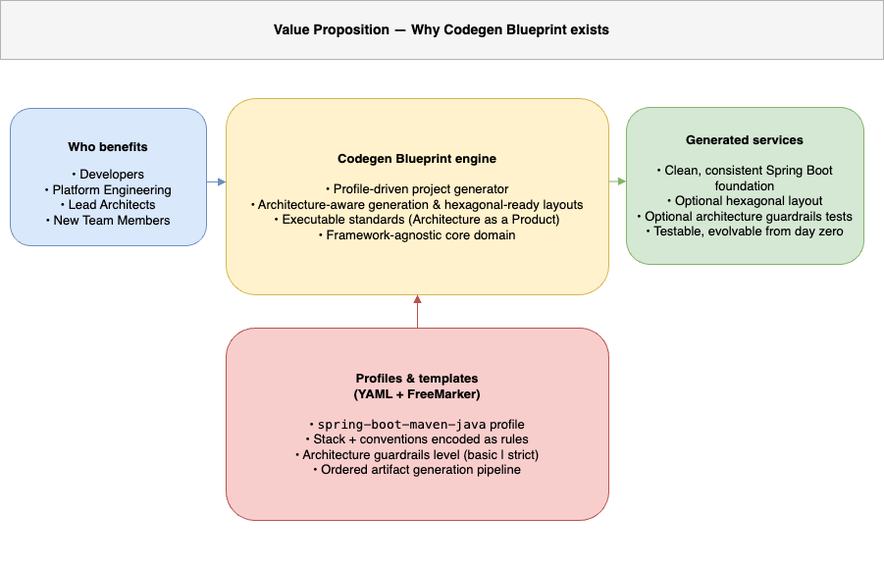
Before: docs/images/architecture/value-proposition.png, a diagram exported from draw.io (blueprint-platform/codegen-blueprint). Source tidied: cells renumbered, new cells last; positions are measured from the earlier drawing's top-left corner, leaving out a move shared by most shapes.
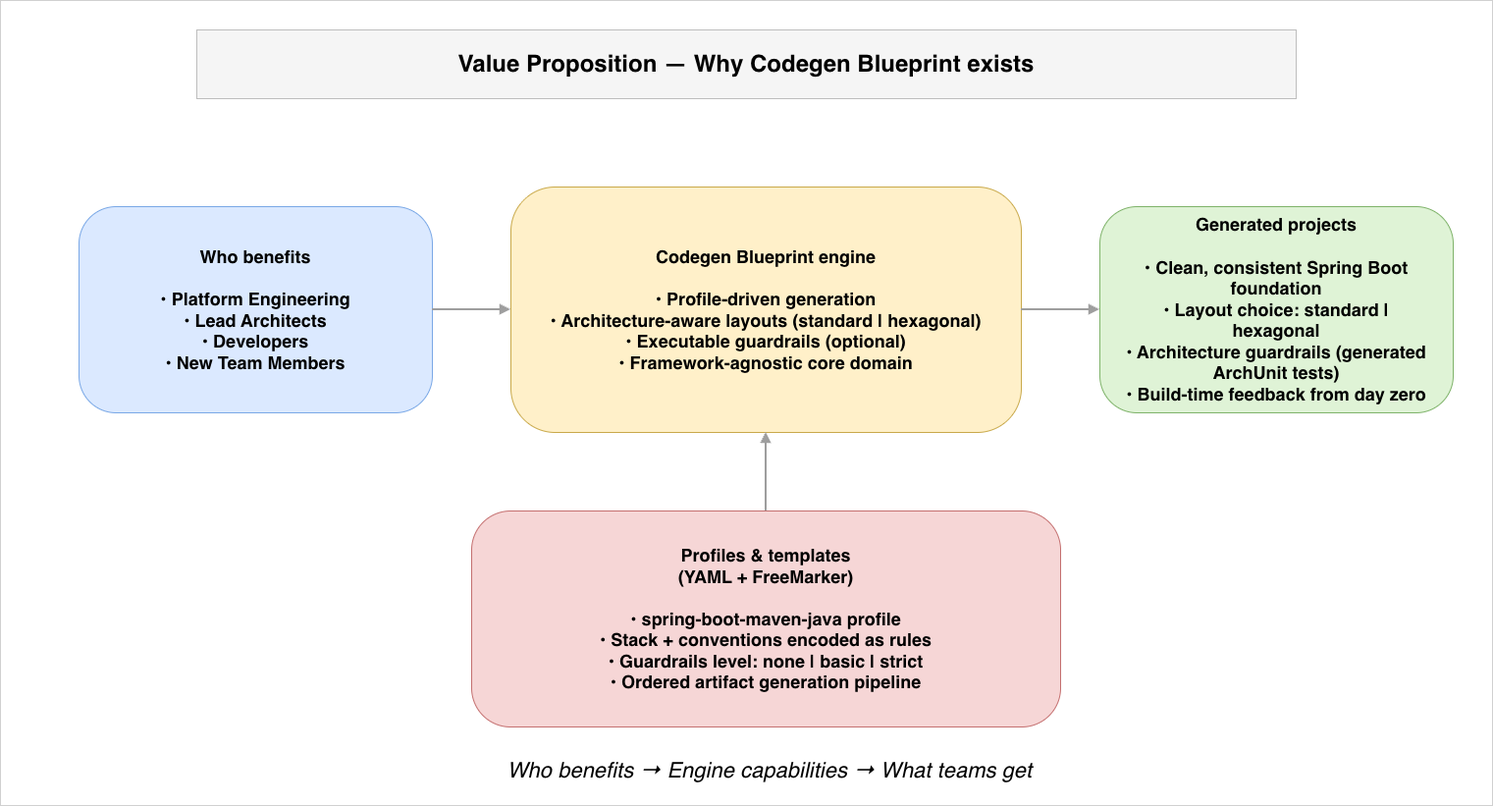
The same diagram one commit later.

Commit message:
docs(architecture): update drawio diagrams and regenerate images

What changed in the source:
```diff
@@ -2,38 +2,35 @@
   <root>
     <mxCell id="0" />
     <mxCell id="1" parent="0" />
-    <mxCell id="2" value="&lt;p class=&quot;p1&quot;&gt;&lt;b&gt;Who benefits&lt;/b&gt;&lt;/p&gt;• Developers&lt;br&gt;• Platform Engineering&lt;br&gt;• Lead Architects&lt;br&gt;• New Team Members" style="rounded=1;whiteSpace=wrap;html=1;fillColor=#dae8fc;strokeColor=#6c8ebf;fontSize=13;" parent="1" vertex="1">
-      <mxGeometry x="10" y="110" width="200" height="140" as="geometry" />
-    </mxCell>
-    <mxCell id="3" value="&lt;b&gt;Codegen Blueprint engine&lt;/b&gt;&lt;br&gt;&lt;br&gt;• &lt;span style=&quot;background-color: transparent;&quot;&gt;Profile-driven project generator&lt;/span&gt;&lt;div&gt;• Architecture-aware generation&amp;nbsp;&lt;span style=&quot;background-color: transparent; color: light-dark(rgb(0, 0, 0), rgb(255, 255, 255));&quot;&gt;&amp;amp; hexagonal-ready layouts&lt;/span&gt;&lt;/div&gt;&lt;div&gt;• Executable standards (Architecture as a Product)&lt;/div&gt;&lt;div&gt;• Framework-agnostic core domain&lt;/div&gt;" style="rounded=1;whiteSpace=wrap;html=1;fillColor=#fff2cc;strokeColor=#d6b656;fontSize=13;" parent="1" vertex="1">
-      <mxGeometry x="230" y="100" width="390" height="200" as="geometry" />
-    </mxCell>
-    <mxCell id="4" value="&lt;b&gt;Profiles &amp;amp; templates&lt;/b&gt;&lt;div&gt;&lt;b&gt;(YAML + FreeMarker)&lt;/b&gt;&lt;/div&gt;&lt;div&gt;&lt;br&gt;• &lt;code&gt;spring-boot-maven-java&lt;/code&gt; profile&lt;br&gt;• Stack + conventions encoded as rules&lt;/div&gt;&lt;div&gt;• Architecture guardrails level&amp;nbsp;&lt;span style=&quot;background-color: transparent; color: light-dark(rgb(0, 0, 0), rgb(255, 255, 255));&quot;&gt;(basic | strict)&lt;/span&gt;&lt;/div&gt;&lt;div&gt;• Ordered artifact generation pipeline&lt;br&gt;&lt;/div&gt;" style="rounded=1;whiteSpace=wrap;html=1;fillColor=#f8cecc;strokeColor=#b85450;fontSize=13;" parent="1" vertex="1">
-      <mxGeometry x="230" y="334" width="390" height="196" as="geometry" />
-    </mxCell>
-    <mxCell id="5" value="&lt;b&gt;Generated services&lt;/b&gt;&lt;div&gt;&lt;b&gt;&lt;br&gt;&lt;/b&gt;&lt;div&gt;• &lt;span style=&quot;background-color: transparent;&quot;&gt;Clean, consistent Spring Boot foundation&lt;/span&gt;&lt;/div&gt;&lt;div&gt;• Optional hexagonal layout&lt;/div&gt;&lt;div&gt;• Optional architecture guardrails tests&lt;/div&gt;&lt;div&gt;• Testable, evolvable from day zero&lt;/div&gt;&lt;/div&gt;" style="rounded=1;whiteSpace=wrap;html=1;fillColor=#d5e8d4;strokeColor=#82b366;fontSize=13;" parent="1" vertex="1">
-      <mxGeometry x="638" y="109" width="242" height="160" as="geometry" />
-    </mxCell>
+    <mxCell id="11" style="rounded=0;whiteSpace=wrap;html=1;strokeColor=#d0d0d0;fillColor=none;" parent="1" vertex="1">
+      <mxGeometry x="-200" y="-30" width="1520" height="820" as="geometry" />
+    </mxCell>
-    <mxCell id="6" value="&lt;p class=&quot;p1&quot;&gt;Value Proposition — Why Codegen Blueprint exists&lt;/p&gt;" style="rounded=0;whiteSpace=wrap;html=1;fillColor=#f5f5f5;strokeColor=#b3b3b3;fontStyle=1;fontSize=14;align=center;verticalAlign=middle;" parent="1" vertex="1">
-      <mxGeometry width="900" height="60" as="geometry" />
+    <mxCell id="6" value="Value Proposition — Why Codegen Blueprint exists" style="rounded=0;whiteSpace=wrap;html=1;align=center;verticalAlign=middle;fontStyle=1;fontSize=24;strokeColor=#bdbdbd;fillColor=#f5f5f5;" parent="1" vertex="1">
+      <mxGeometry width="1120" height="70" as="geometry" />
     </mxCell>
-    <mxCell id="7" style="endArrow=block;html=1;rounded=0;strokeColor=#6c8ebf;" parent="1" edge="1">
-      <mxGeometry relative="1" as="geometry">
-        <mxPoint x="210" y="185" as="sourcePoint" />
-        <mxPoint x="230" y="185" as="targetPoint" />
-      </mxGeometry>
-    </mxCell>
-    <mxCell id="8" style="endArrow=block;html=1;rounded=0;strokeColor=#b85450;" parent="1" edge="1" source="4" target="3">
-      <mxGeometry relative="1" as="geometry" />
-    </mxCell>
-    <mxCell id="9" style="endArrow=block;html=1;rounded=0;strokeColor=#82b366;" parent="1" edge="1">
-      <mxGeometry relative="1" as="geometry">
-        <mxPoint x="620" y="184.4" as="sourcePoint" />
-        <mxPoint x="638" y="184.4" as="targetPoint" />
-      </mxGeometry>
-    </mxCell>
-    <mxCell id="10" value="&amp;nbsp; &amp;nbsp;&lt;div&gt;&lt;br&gt;&lt;/div&gt;&lt;div&gt;&lt;br&gt;&lt;/div&gt;&lt;div&gt;&lt;br&gt;&lt;/div&gt;" style="text;strokeColor=none;align=center;fillColor=none;html=1;verticalAlign=middle;whiteSpace=wrap;rounded=0;" parent="1" vertex="1">
-      <mxGeometry x="330" y="535" width="210" height="25" as="geometry" />
-    </mxCell>
+    <mxCell id="12" value="Who benefits&#10;&#10;• Platform Engineering&#10;• Lead Architects&#10;• Developers&#10;• New Team Members" style="rounded=1;arcSize=18;whiteSpace=wrap;html=1;align=center;verticalAlign=middle;fontStyle=1;fontSize=18;strokeColor=#7aa8e6;fillColor=#dbe9ff;spacingTop=14;spacingBottom=14;spacingLeft=18;spacingRight=18;" parent="1" vertex="1">
+      <mxGeometry x="-120" y="180" width="360" height="210" as="geometry" />
+    </mxCell>
+    <mxCell id="13" value="Codegen Blueprint engine&#10;&#10;• Profile-driven generation&#10;• Architecture-aware layouts (standard | hexagonal)&#10;• Executable guardrails (optional)&#10;• Framework-agnostic core domain" style="rounded=1;arcSize=18;whiteSpace=wrap;html=1;align=center;verticalAlign=middle;fontStyle=1;fontSize=18;strokeColor=#c9a94a;fillColor=#fff0c9;spacingTop=14;spacingBottom=14;spacingLeft=18;spacingRight=18;" parent="1" vertex="1">
+      <mxGeometry x="320" y="160" width="520" height="250" as="geometry" />
+    </mxCell>
+    <mxCell id="14" value="Generated projects&#10;&#10;• Clean, consistent Spring Boot foundation&#10;• Layout choice: standard | hexagonal&#10;• Architecture guardrails (generated ArchUnit tests)&#10;• Build-time feedback from day zero" style="rounded=1;arcSize=18;whiteSpace=wrap;html=1;align=center;verticalAlign=middle;fontStyle=1;fontSize=18;strokeColor=#7fb36a;fillColor=#dff3d6;spacingTop=14;spacingBottom=14;spacingLeft=18;spacingRight=18;" parent="1" vertex="1">
+      <mxGeometry x="920" y="180" width="360" height="210" as="geometry" />
+    </mxCell>
+    <mxCell id="15" value="Profiles &amp; templates&#10;(YAML + FreeMarker)&#10;&#10;• spring-boot-maven-java profile&#10;• Stack + conventions encoded as rules&#10;• Guardrails level: none | basic | strict&#10;• Ordered artifact generation pipeline" style="rounded=1;arcSize=18;whiteSpace=wrap;html=1;align=center;verticalAlign=middle;fontStyle=1;fontSize=18;strokeColor=#c46f6f;fillColor=#f6d6d6;spacingTop=14;spacingBottom=14;spacingLeft=18;spacingRight=18;" parent="1" vertex="1">
+      <mxGeometry x="280" y="490" width="600" height="220" as="geometry" />
+    </mxCell>
+    <mxCell id="16" style="endArrow=block;endFill=1;strokeWidth=2;strokeColor=#9e9e9e;rounded=0;" parent="1" edge="1" source="12" target="13">
+      <mxGeometry relative="1" as="geometry" />
+    </mxCell>
+    <mxCell id="17" style="endArrow=block;endFill=1;strokeWidth=2;strokeColor=#9e9e9e;rounded=0;" parent="1" edge="1" source="13" target="14">
+      <mxGeometry relative="1" as="geometry" />
+    </mxCell>
+    <mxCell id="18" style="endArrow=block;endFill=1;strokeWidth=2;strokeColor=#9e9e9e;rounded=0;" parent="1" edge="1" source="15" target="13">
+      <mxGeometry relative="1" as="geometry" />
+    </mxCell>
+    <mxCell id="19" value="Who benefits → Engine capabilities → What teams get" style="whiteSpace=wrap;html=1;align=center;verticalAlign=middle;fontStyle=2;fontSize=22;strokeColor=none;fillColor=none;" parent="1" vertex="1">
+      <mxGeometry x="144" y="735" width="880" height="40" as="geometry" />
+    </mxCell>
   </root>
 </mxGraphModel>
```
